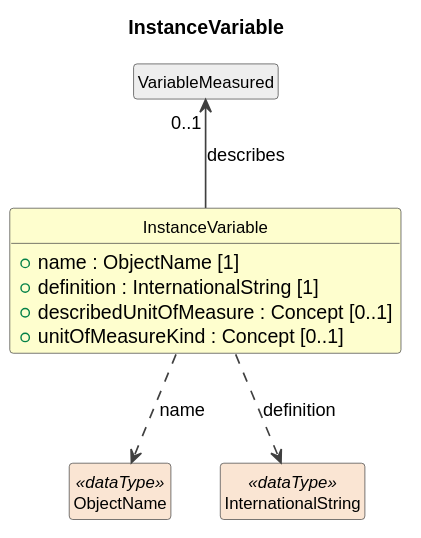
Earlier version of the PlantUML export build/plantuml/cdifDataStructure/Classes/InstanceVariable.svg (Cross-Domain-Interoperability-Framework/metadataBuildingBlocks).
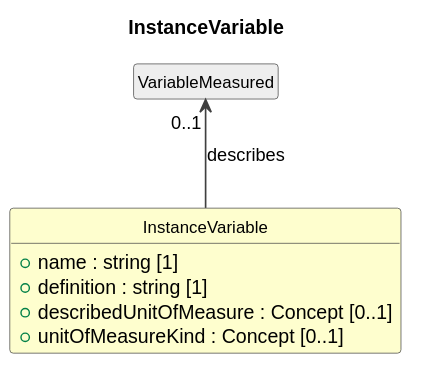
The same file after the commit.

The edit, as a diff of the source:
```diff
@@ -11,15 +11,11 @@
 }
 
 class "InstanceVariable" as InstanceVariable #FEFECE {
-  +name : ObjectName [1]
-  +definition : InternationalString [1]
+  +name : string [1]
+  +definition : string [1]
   +describedUnitOfMeasure : Concept [0..1]
   +unitOfMeasureKind : Concept [0..1]
 }
 class "VariableMeasured" as VariableMeasured #EEEEEE
 VariableMeasured "0..1" <-- InstanceVariable : describes
-class "ObjectName" as ObjectName <<dataType>> #FAE5D3
-InstanceVariable ..> ObjectName : name
-class "InternationalString" as InternationalString <<dataType>> #FAE5D3
-InstanceVariable ..> InternationalString : definition
 @enduml
```
